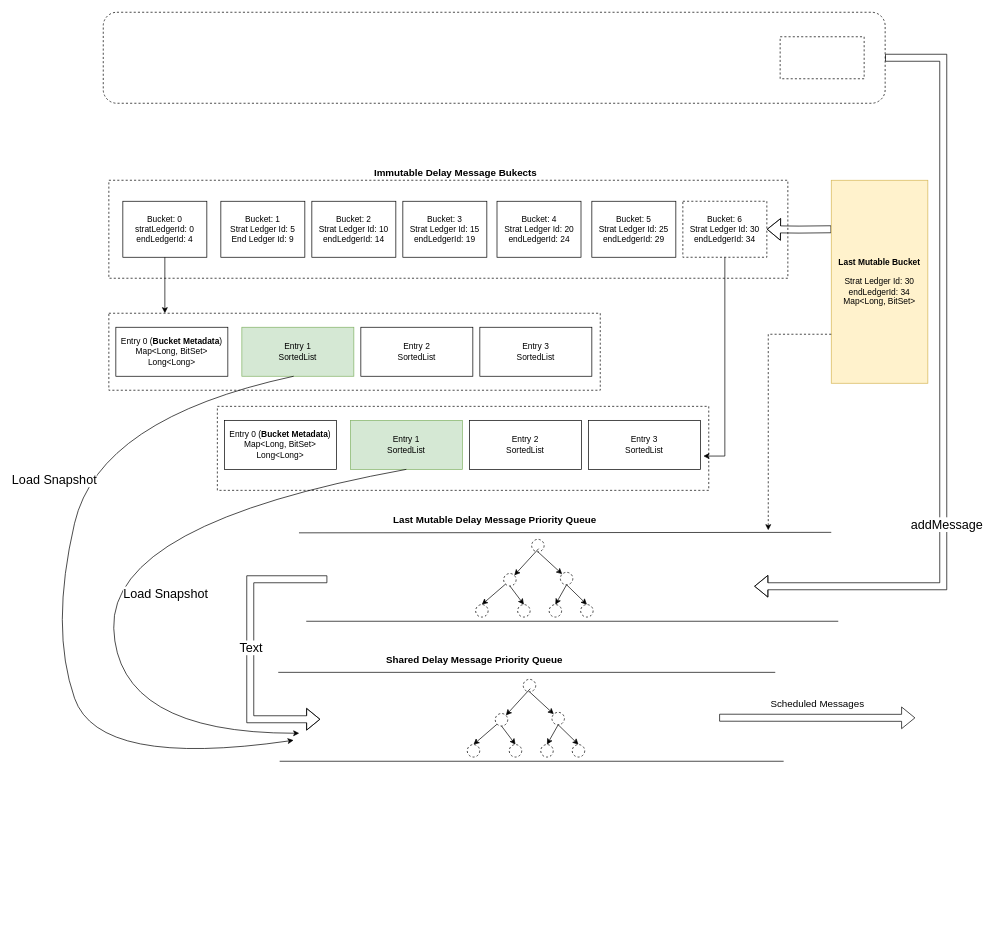
Above: draw/Untitled Diagram.drawio in coderzc/coderzc.github.io (draw.io), before the change. Source tidied: cells renumbered, new cells numbered last; positions are measured from the earlier drawing's top-left corner, leaving out a move shared by most shapes. Both pictures are drawn from the tidied source at 70%, with x=0, y=0 at pixel (50, 12).
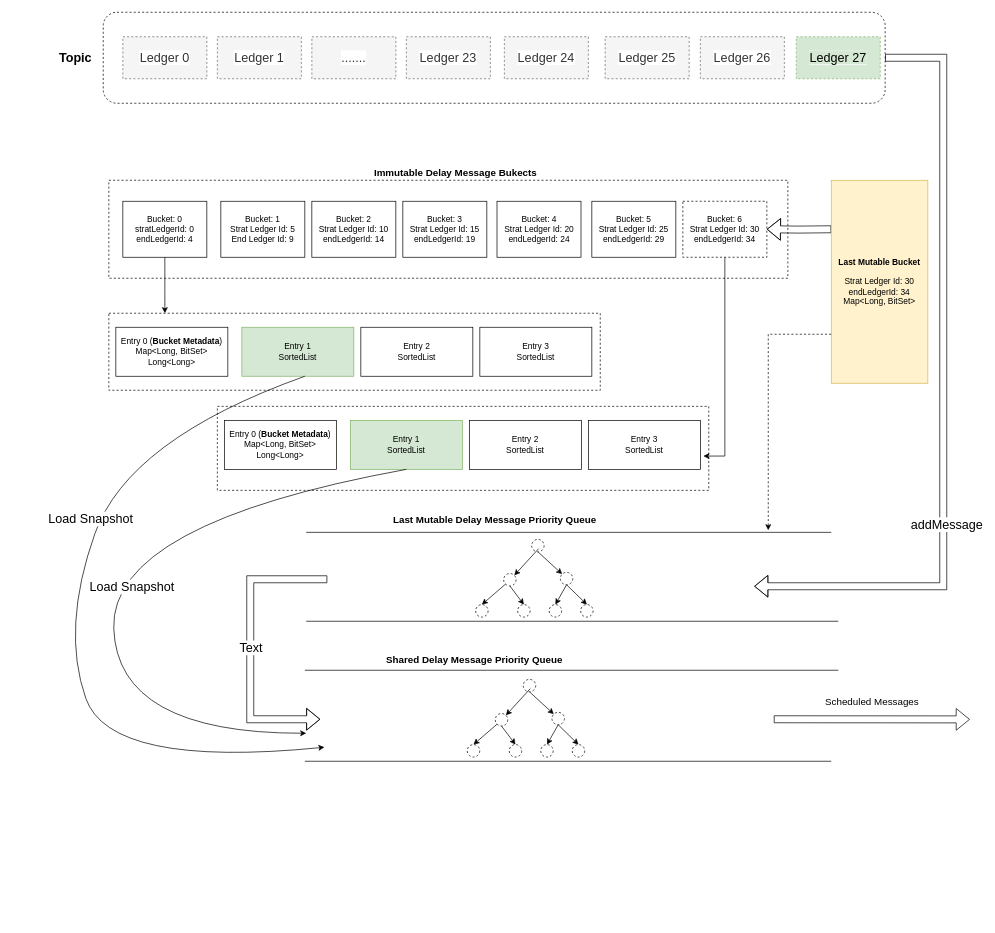
After the change.

Unchanged cells that the change refers to:
```xml
<mxCell id="20" value="Entry 1&lt;br&gt;SortedList" style="rounded=0;whiteSpace=wrap;html=1;fillColor=#d5e8d4;strokeColor=#82b366;" parent="1" vertex="1">
  <mxGeometry x="429" y="583" width="160" height="70" as="geometry" />
</mxCell>
```

The edit, as a diff of the source:
```diff
@@
     <mxCell id="23" style="endArrow=none;html=1;rounded=0;fontSize=14;" parent="1" edge="1">
       <mxGeometry relative="1" as="geometry">
-        <mxPoint x="326" y="943" as="sourcePoint" />
-        <mxPoint x="1036" y="943" as="targetPoint" />
+        <mxPoint x="364" y="940" as="sourcePoint" />
+        <mxPoint x="1126" y="940" as="targetPoint" />
       </mxGeometry>
     </mxCell>
     <mxCell id="24" style="endArrow=none;html=1;rounded=0;fontSize=14;" parent="1" edge="1">
       <mxGeometry relative="1" as="geometry">
-        <mxPoint x="328" y="1070" as="sourcePoint" />
-        <mxPoint x="1048" y="1070" as="targetPoint" />
+        <mxPoint x="364" y="1070" as="sourcePoint" />
+        <mxPoint x="1116" y="1070" as="targetPoint" />
       </mxGeometry>
     </mxCell>
@@
     <mxCell id="26" style="curved=1;endArrow=classic;html=1;rounded=0;fontSize=14;exitX=0.5;exitY=1;exitDx=0;exitDy=0;" parent="1" edge="1">
       <mxGeometry relative="1" as="geometry">
-        <mxPoint x="348" y="520" as="sourcePoint" />
-        <mxPoint x="348" y="1040" as="targetPoint" />
+        <mxPoint x="364" y="520" as="sourcePoint" />
+        <mxPoint x="392" y="1050" as="targetPoint" />
         <Array as="points">
-          <mxPoint x="70" y="580" />
-          <mxPoint y="880" />
-          <mxPoint x="70" y="1080" />
+          <mxPoint x="112" y="610" />
+          <mxPoint x="16" y="880" />
+          <mxPoint x="86" y="1080" />
         </Array>
       </mxGeometry>
     </mxCell>
     <mxCell id="27" value="Load Snapshot" style="edgeLabel;html=1;align=center;verticalAlign=middle;fontSize=18;fontFamily=Helvetica;fontColor=#000000;" parent="26" vertex="1">
       <mxGeometry x="-0.37" y="6" relative="1" as="geometry">
-        <mxPoint x="-57" y="30" as="offset" />
+        <mxPoint x="-37" y="45" as="offset" />
       </mxGeometry>
     </mxCell>
     <mxCell id="28" style="curved=1;endArrow=classic;html=1;rounded=0;fontSize=14;exitX=0.5;exitY=1;exitDx=0;exitDy=0;" parent="1" edge="1" source="20">
       <mxGeometry relative="1" as="geometry">
-        <mxPoint x="356" y="1030" as="targetPoint" />
+        <mxPoint x="366" y="1030" as="targetPoint" />
         <Array as="points">
           <mxPoint x="86" y="730" />
           <mxPoint x="96" y="1030" />
         </Array>
       </mxGeometry>
     </mxCell>
@@
     <mxCell id="44" style="endArrow=classic;html=1;rounded=0;shadow=0;sketch=0;fontFamily=Helvetica;fontSize=14;shape=flexArrow;" parent="1" edge="1">
       <mxGeometry relative="1" as="geometry">
-        <mxPoint x="956" y="1007.8" as="sourcePoint" />
-        <mxPoint x="1236" y="1008" as="targetPoint" />
+        <mxPoint x="1034" y="1010" as="sourcePoint" />
+        <mxPoint x="1314" y="1010.2" as="targetPoint" />
       </mxGeometry>
     </mxCell>
@@
     <mxCell id="46" value="Scheduled Messages" style="text;html=1;align=center;verticalAlign=middle;fillColor=none;strokeColor=none;rounded=0;dashed=1;labelBackgroundColor=#FFFFFF;fontFamily=Helvetica;fontSize=14;fontColor=#000000;" parent="1" vertex="1">
-      <mxGeometry x="1016" y="973" width="160" height="30" as="geometry" />
+      <mxGeometry x="1094" y="970" width="160" height="30" as="geometry" />
     </mxCell>
@@
-    <mxCell id="48" style="rounded=0;whiteSpace=wrap;html=1;dashed=1;labelBackgroundColor=#FFFFFF;fontFamily=Helvetica;fontSize=18;fontColor=#000000;" parent="1" vertex="1">
-      <mxGeometry x="1043" y="35" width="120" height="60" as="geometry" />
-    </mxCell>
@@
     <mxCell id="51" value="Load Snapshot" style="edgeLabel;html=1;align=center;verticalAlign=middle;fontSize=18;fontFamily=Helvetica;fontColor=#000000;" parent="1" vertex="1">
-      <mxGeometry x="164" y="830" as="geometry" />
+      <mxGeometry x="116" y="820" as="geometry" />
     </mxCell>
-    <mxCell id="52" style="endArrow=none;html=1;rounded=0;fontSize=14;exitX=0.031;exitY=-0.107;exitDx=0;exitDy=0;exitPerimeter=0;" parent="1" edge="1">
+    <mxCell id="52" style="endArrow=none;html=1;rounded=0;fontSize=14;" parent="1" edge="1">
       <mxGeometry relative="1" as="geometry">
-        <mxPoint x="355.6" y="743.7" as="sourcePoint" />
+        <mxPoint x="366" y="743" as="sourcePoint" />
         <mxPoint x="1116" y="743" as="targetPoint" />
       </mxGeometry>
     </mxCell>
@@
+    <mxCell id="74" value="&lt;font style=&quot;font-size: 18px;&quot;&gt;&lt;b&gt;Topic&lt;/b&gt;&lt;/font&gt;" style="text;html=1;align=center;verticalAlign=middle;fillColor=none;strokeColor=none;rounded=0;dashed=1;labelBackgroundColor=#FFFFFF;fontFamily=Helvetica;fontSize=18;fontColor=#000000;" parent="1" vertex="1">
+      <mxGeometry x="1" y="45" width="70" height="40" as="geometry" />
+    </mxCell>
+    <mxCell id="75" value="Ledger 0" style="rounded=0;whiteSpace=wrap;html=1;dashed=1;labelBackgroundColor=#FFFFFF;fontFamily=Helvetica;fontSize=18;fontColor=#333333;fillColor=#f5f5f5;strokeColor=#666666;" parent="1" vertex="1">
+      <mxGeometry x="104" y="35" width="120" height="60" as="geometry" />
+    </mxCell>
+    <mxCell id="76" value="Ledger 1" style="rounded=0;whiteSpace=wrap;html=1;dashed=1;labelBackgroundColor=#FFFFFF;fontFamily=Helvetica;fontSize=18;fontColor=#333333;fillColor=#f5f5f5;strokeColor=#666666;" parent="1" vertex="1">
+      <mxGeometry x="239" y="35" width="120" height="60" as="geometry" />
+    </mxCell>
+    <mxCell id="77" value="......." style="rounded=0;whiteSpace=wrap;html=1;dashed=1;labelBackgroundColor=#FFFFFF;fontFamily=Helvetica;fontSize=18;fontColor=#333333;fillColor=#f5f5f5;strokeColor=#666666;" parent="1" vertex="1">
+      <mxGeometry x="374" y="35" width="120" height="60" as="geometry" />
+    </mxCell>
+    <mxCell id="78" value="Ledger 23" style="rounded=0;whiteSpace=wrap;html=1;dashed=1;labelBackgroundColor=#FFFFFF;fontFamily=Helvetica;fontSize=18;fontColor=#333333;fillColor=#f5f5f5;strokeColor=#666666;" parent="1" vertex="1">
+      <mxGeometry x="509" y="35" width="120" height="60" as="geometry" />
+    </mxCell>
+    <mxCell id="79" value="Ledger 24" style="rounded=0;whiteSpace=wrap;html=1;dashed=1;labelBackgroundColor=#FFFFFF;fontFamily=Helvetica;fontSize=18;fontColor=#333333;fillColor=#f5f5f5;strokeColor=#666666;" parent="1" vertex="1">
+      <mxGeometry x="649" y="35" width="120" height="60" as="geometry" />
+    </mxCell>
+    <mxCell id="80" value="Ledger 26" style="rounded=0;whiteSpace=wrap;html=1;dashed=1;labelBackgroundColor=#FFFFFF;fontFamily=Helvetica;fontSize=18;fontColor=#333333;fillColor=#f5f5f5;strokeColor=#666666;" parent="1" vertex="1">
+      <mxGeometry x="929" y="35" width="120" height="60" as="geometry" />
+    </mxCell>
+    <mxCell id="81" value="Ledger 25" style="rounded=0;whiteSpace=wrap;html=1;dashed=1;labelBackgroundColor=#FFFFFF;fontFamily=Helvetica;fontSize=18;fontColor=#333333;fillColor=#f5f5f5;strokeColor=#666666;" parent="1" vertex="1">
+      <mxGeometry x="793" y="35" width="120" height="60" as="geometry" />
+    </mxCell>
+    <mxCell id="82" value="&lt;span style=&quot;background-color: rgb(213, 232, 212);&quot;&gt;Ledger 27&lt;/span&gt;" style="rounded=0;whiteSpace=wrap;html=1;dashed=1;labelBackgroundColor=#FFFFFF;fontFamily=Helvetica;fontSize=18;fillColor=#d5e8d4;strokeColor=#82b366;" parent="1" vertex="1">
+      <mxGeometry x="1066" y="35" width="120" height="60" as="geometry" />
+    </mxCell>
```
